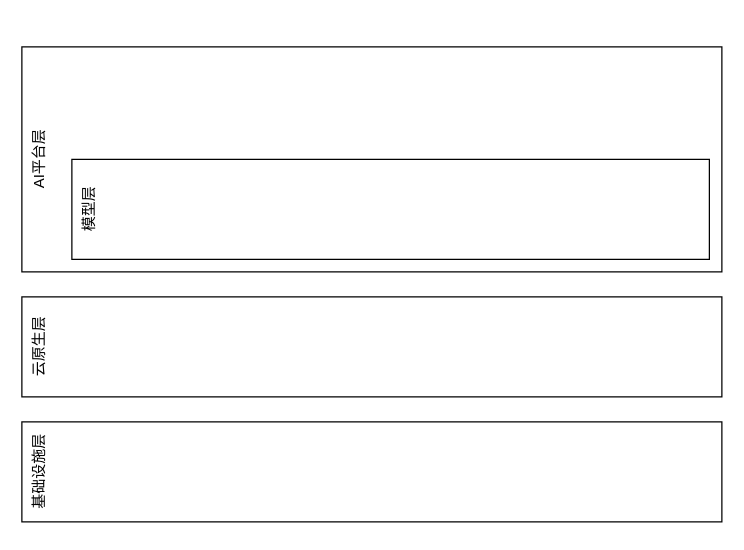
The draw.io diagram 大语言模型技术架构.drawio in blackdreamzg/bak, before the edit. Source tidied: cells renumbered, new cells numbered last; positions are measured from the earlier drawing's top-left corner, leaving out a move shared by most shapes. Both pictures are drawn from the tidied source at 125%, with x=0, y=0 at pixel (21, 46).
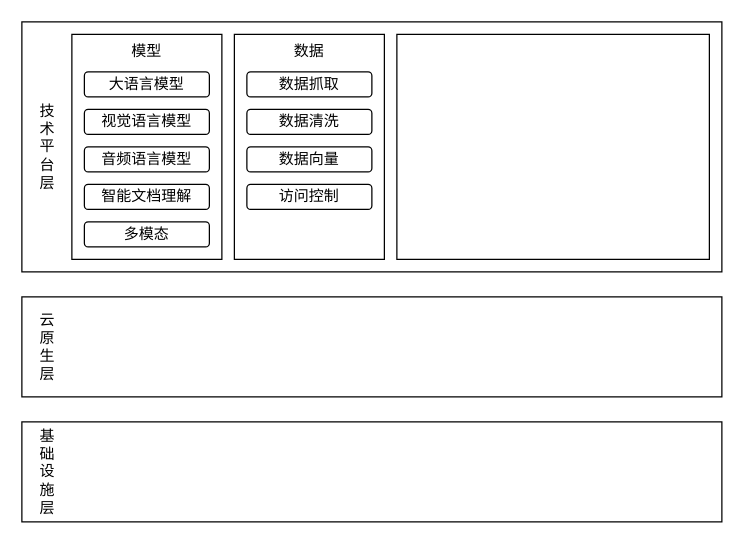
The same diagram, later.

Commit message (it also covers changes not shown here):
更新大语言模型技术架构.drawio

Diff of the diagram source:
```diff
@@
 <mxGraphModel>
   <root>
     <mxCell id="0" />
     <mxCell id="1" parent="0" />
-    <mxCell id="2" value="AI平台层" style="rounded=0;whiteSpace=wrap;html=1;align=center;horizontal=0;verticalAlign=top;" parent="1" vertex="1">
-      <mxGeometry width="560" height="180" as="geometry" />
+    <mxCell id="2" style="rounded=0;whiteSpace=wrap;html=1;align=center;horizontal=0;verticalAlign=top;" parent="1" vertex="1">
+      <mxGeometry y="-20" width="560" height="200" as="geometry" />
     </mxCell>
-    <mxCell id="3" value="模型层" style="rounded=0;whiteSpace=wrap;html=1;horizontal=0;verticalAlign=top;" parent="1" vertex="1">
-      <mxGeometry x="40" y="90" width="510" height="80" as="geometry" />
+    <mxCell id="3" value="模型" style="rounded=0;whiteSpace=wrap;html=1;horizontal=1;verticalAlign=top;" parent="1" vertex="1">
+      <mxGeometry x="40" y="-10" width="120" height="180" as="geometry" />
     </mxCell>
-    <mxCell id="4" value="云原生层" style="rounded=0;whiteSpace=wrap;html=1;align=center;horizontal=0;verticalAlign=top;" parent="1" vertex="1">
+    <mxCell id="4" style="rounded=0;whiteSpace=wrap;html=1;align=center;horizontal=0;verticalAlign=top;" parent="1" vertex="1">
       <mxGeometry y="200" width="560" height="80" as="geometry" />
     </mxCell>
-    <mxCell id="5" value="基础设施层" style="rounded=0;whiteSpace=wrap;html=1;align=center;horizontal=0;verticalAlign=top;" parent="1" vertex="1">
+    <mxCell id="5" style="rounded=0;whiteSpace=wrap;html=1;align=center;horizontal=0;verticalAlign=top;" parent="1" vertex="1">
       <mxGeometry y="300" width="560" height="80" as="geometry" />
     </mxCell>
+    <mxCell id="6" value="基&lt;div&gt;础&lt;/div&gt;&lt;div&gt;设&lt;/div&gt;&lt;div&gt;施&lt;/div&gt;&lt;div&gt;层&lt;/div&gt;" style="text;html=1;align=center;verticalAlign=middle;strokeColor=none;fillColor=none;" parent="1" vertex="1">
+      <mxGeometry y="295" width="40" height="90" as="geometry" />
+    </mxCell>
+    <mxCell id="7" value="云&lt;div&gt;原&lt;/div&gt;&lt;div&gt;生&lt;br&gt;&lt;div&gt;层&lt;/div&gt;&lt;/div&gt;" style="text;html=1;align=center;verticalAlign=middle;strokeColor=none;fillColor=none;" parent="1" vertex="1">
+      <mxGeometry y="205" width="40" height="70" as="geometry" />
+    </mxCell>
+    <mxCell id="8" value="&lt;span style=&quot;background-color: transparent; color: light-dark(rgb(0, 0, 0), rgb(255, 255, 255));&quot;&gt;技&lt;/span&gt;&lt;div&gt;&lt;span style=&quot;background-color: transparent; color: light-dark(rgb(0, 0, 0), rgb(255, 255, 255));&quot;&gt;术&lt;/span&gt;&lt;/div&gt;&lt;div&gt;&lt;span style=&quot;background-color: transparent; color: light-dark(rgb(0, 0, 0), rgb(255, 255, 255));&quot;&gt;平&lt;/span&gt;&lt;div&gt;台&lt;br&gt;&lt;div&gt;&lt;div&gt;层&lt;/div&gt;&lt;/div&gt;&lt;/div&gt;&lt;/div&gt;" style="text;html=1;align=center;verticalAlign=middle;strokeColor=none;fillColor=none;" parent="1" vertex="1">
+      <mxGeometry y="35" width="40" height="90" as="geometry" />
+    </mxCell>
+    <mxCell id="9" value="数据" style="rounded=0;whiteSpace=wrap;html=1;horizontal=1;verticalAlign=top;" parent="1" vertex="1">
+      <mxGeometry x="170" y="-10" width="120" height="180" as="geometry" />
+    </mxCell>
+    <mxCell id="10" style="rounded=0;whiteSpace=wrap;html=1;horizontal=0;verticalAlign=top;" parent="1" vertex="1">
+      <mxGeometry x="300" y="-10" width="250" height="180" as="geometry" />
+    </mxCell>
+    <mxCell id="11" value="大语言模型" style="rounded=1;whiteSpace=wrap;html=1;" parent="1" vertex="1">
+      <mxGeometry x="50" y="20" width="100" height="20" as="geometry" />
+    </mxCell>
+    <mxCell id="12" value="视觉语言模型" style="rounded=1;whiteSpace=wrap;html=1;" parent="1" vertex="1">
+      <mxGeometry x="50" y="50" width="100" height="20" as="geometry" />
+    </mxCell>
+    <mxCell id="13" value="音频语言模型" style="rounded=1;whiteSpace=wrap;html=1;" parent="1" vertex="1">
+      <mxGeometry x="50" y="80" width="100" height="20" as="geometry" />
+    </mxCell>
+    <mxCell id="14" value="智能文档理解" style="rounded=1;whiteSpace=wrap;html=1;" parent="1" vertex="1">
+      <mxGeometry x="50" y="110" width="100" height="20" as="geometry" />
+    </mxCell>
+    <mxCell id="15" value="多模态" style="rounded=1;whiteSpace=wrap;html=1;" parent="1" vertex="1">
+      <mxGeometry x="50" y="140" width="100" height="20" as="geometry" />
+    </mxCell>
+    <mxCell id="16" value="数据抓取" style="rounded=1;whiteSpace=wrap;html=1;" parent="1" vertex="1">
+      <mxGeometry x="180" y="20" width="100" height="20" as="geometry" />
+    </mxCell>
+    <mxCell id="17" value="数据清洗" style="rounded=1;whiteSpace=wrap;html=1;" parent="1" vertex="1">
+      <mxGeometry x="180" y="50" width="100" height="20" as="geometry" />
+    </mxCell>
+    <mxCell id="18" value="数据向量" style="rounded=1;whiteSpace=wrap;html=1;" parent="1" vertex="1">
+      <mxGeometry x="180" y="80" width="100" height="20" as="geometry" />
+    </mxCell>
+    <mxCell id="19" value="访问控制" style="rounded=1;whiteSpace=wrap;html=1;" parent="1" vertex="1">
+      <mxGeometry x="180" y="110" width="100" height="20" as="geometry" />
+    </mxCell>
   </root>
 </mxGraphModel>
```
